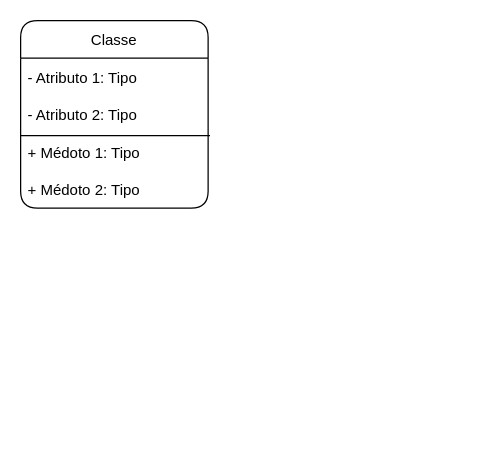
marcosrgrave/full-stack-ufsc keeps this draw.io diagram as firstProject/src/exercises/Aluno.drawio. Above is the earlier version. Source tidied: cells renumbered, new cells numbered last; positions are measured from the earlier drawing's top-left corner, leaving out a move shared by most shapes. Both pictures are drawn from the tidied source at 125%, with x=0, y=0 at pixel (20, 20).
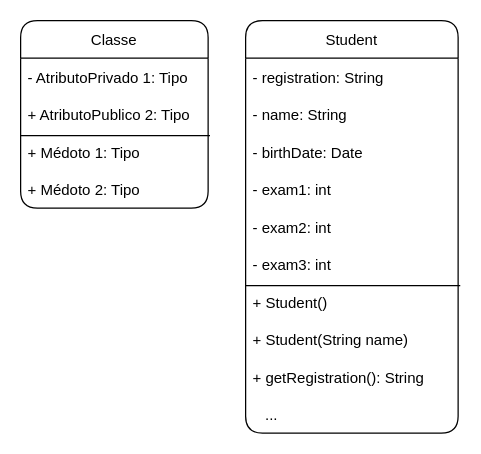
Above is the later version.

Commit message:
created UML Student Class example

What changed in the source:
```diff
@@
 <mxGraphModel>
   <root>
     <mxCell id="0" />
     <mxCell id="1" parent="0" />
     <mxCell id="2" value="Classe" style="swimlane;fontStyle=0;horizontal=1;startSize=30;strokeColor=default;fillColor=default;gradientColor=none;swimlaneFillColor=none;swimlaneLine=1;glass=0;rounded=1;shadow=0;sketch=0;labelBorderColor=none;labelBackgroundColor=none;fixDash=0;" parent="1" vertex="1">
       <mxGeometry width="150" height="150" as="geometry" />
     </mxCell>
-    <mxCell id="3" value="- Atributo 1: Tipo" style="text;strokeColor=none;fillColor=none;align=left;verticalAlign=middle;spacingLeft=4;spacingRight=4;overflow=hidden;" parent="2" vertex="1">
+    <mxCell id="3" value="- AtributoPrivado 1: Tipo" style="text;strokeColor=none;fillColor=none;align=left;verticalAlign=middle;spacingLeft=4;spacingRight=4;overflow=hidden;" parent="2" vertex="1">
       <mxGeometry y="30" width="150" height="30" as="geometry" />
     </mxCell>
-    <mxCell id="4" value="- Atributo 2: Tipo" style="text;strokeColor=none;fillColor=none;align=left;verticalAlign=middle;spacingLeft=4;spacingRight=4;overflow=hidden;" parent="2" vertex="1">
+    <mxCell id="4" value="+ AtributoPublico 2: Tipo" style="text;strokeColor=none;fillColor=none;align=left;verticalAlign=middle;spacingLeft=4;spacingRight=4;overflow=hidden;" parent="2" vertex="1">
       <mxGeometry y="60" width="150" height="30" as="geometry" />
     </mxCell>
     <mxCell id="5" value="+ Médoto 1: Tipo" style="text;strokeColor=none;fillColor=none;align=left;verticalAlign=middle;spacingLeft=4;spacingRight=4;overflow=hidden;points=[[0,0.5],[1,0.5]];portConstraint=eastwest;" parent="2" vertex="1">
       <mxGeometry y="90" width="150" height="30" as="geometry" />
     </mxCell>
     <mxCell id="6" value="+ Médoto 2: Tipo" style="text;strokeColor=none;fillColor=none;align=left;verticalAlign=middle;spacingLeft=4;spacingRight=4;overflow=hidden;" parent="2" vertex="1">
       <mxGeometry y="120" width="150" height="30" as="geometry" />
     </mxCell>
     <mxCell id="7" style="endArrow=none;html=1;exitX=0;exitY=0.067;exitDx=0;exitDy=0;entryX=1.01;entryY=0.067;entryDx=0;entryDy=0;entryPerimeter=0;exitPerimeter=0;" parent="2" edge="1" source="5" target="5">
       <mxGeometry relative="1" as="geometry" />
     </mxCell>
+    <mxCell id="8" value="Student" style="swimlane;fontStyle=0;horizontal=1;startSize=30;strokeColor=default;fillColor=default;gradientColor=none;swimlaneFillColor=none;swimlaneLine=1;glass=0;rounded=1;shadow=0;sketch=0;labelBorderColor=none;labelBackgroundColor=none;fixDash=0;" parent="1" vertex="1">
+      <mxGeometry x="180" width="170" height="330" as="geometry" />
+    </mxCell>
+    <mxCell id="9" value="- registration: String" style="text;strokeColor=none;fillColor=none;align=left;verticalAlign=middle;spacingLeft=4;spacingRight=4;overflow=hidden;" parent="8" vertex="1">
+      <mxGeometry y="30" width="170" height="30" as="geometry" />
+    </mxCell>
+    <mxCell id="10" value="- name: String" style="text;strokeColor=none;fillColor=none;align=left;verticalAlign=middle;spacingLeft=4;spacingRight=4;overflow=hidden;" parent="8" vertex="1">
+      <mxGeometry y="60" width="170" height="30" as="geometry" />
+    </mxCell>
+    <mxCell id="11" value="- birthDate: Date" style="text;strokeColor=none;fillColor=none;align=left;verticalAlign=middle;spacingLeft=4;spacingRight=4;overflow=hidden;" parent="8" vertex="1">
+      <mxGeometry y="90" width="170" height="30" as="geometry" />
+    </mxCell>
+    <mxCell id="12" value="- exam1: int" style="text;strokeColor=none;fillColor=none;align=left;verticalAlign=middle;spacingLeft=4;spacingRight=4;overflow=hidden;" parent="8" vertex="1">
+      <mxGeometry y="120" width="170" height="30" as="geometry" />
+    </mxCell>
+    <mxCell id="13" value="- exam2: int" style="text;strokeColor=none;fillColor=none;align=left;verticalAlign=middle;spacingLeft=4;spacingRight=4;overflow=hidden;" parent="8" vertex="1">
+      <mxGeometry y="150" width="170" height="30" as="geometry" />
+    </mxCell>
+    <mxCell id="14" value="- exam3: int" style="text;strokeColor=none;fillColor=none;align=left;verticalAlign=middle;spacingLeft=4;spacingRight=4;overflow=hidden;" parent="8" vertex="1">
+      <mxGeometry y="180" width="170" height="30" as="geometry" />
+    </mxCell>
+    <mxCell id="15" value="+ Student()" style="text;strokeColor=none;fillColor=none;align=left;verticalAlign=middle;spacingLeft=4;spacingRight=4;overflow=hidden;points=[[0,0.5],[1,0.5]];portConstraint=eastwest;" parent="8" vertex="1">
+      <mxGeometry y="210" width="170" height="30" as="geometry" />
+    </mxCell>
+    <mxCell id="16" value="+ Student(String name)" style="text;strokeColor=none;fillColor=none;align=left;verticalAlign=middle;spacingLeft=4;spacingRight=4;overflow=hidden;" parent="8" vertex="1">
+      <mxGeometry y="240" width="170" height="30" as="geometry" />
+    </mxCell>
+    <mxCell id="17" value="+ getRegistration(): String" style="text;strokeColor=none;fillColor=none;align=left;verticalAlign=middle;spacingLeft=4;spacingRight=4;overflow=hidden;" parent="8" vertex="1">
+      <mxGeometry y="270" width="170" height="30" as="geometry" />
+    </mxCell>
+    <mxCell id="18" value="   ..." style="text;strokeColor=none;fillColor=none;align=left;verticalAlign=middle;spacingLeft=4;spacingRight=4;overflow=hidden;" parent="8" vertex="1">
+      <mxGeometry y="300" width="170" height="30" as="geometry" />
+    </mxCell>
+    <mxCell id="19" style="endArrow=none;html=1;exitX=0;exitY=0.067;exitDx=0;exitDy=0;entryX=1.01;entryY=0.067;entryDx=0;entryDy=0;entryPerimeter=0;exitPerimeter=0;" parent="8" edge="1" source="15" target="15">
+      <mxGeometry relative="1" as="geometry" />
+    </mxCell>
   </root>
 </mxGraphModel>
```
